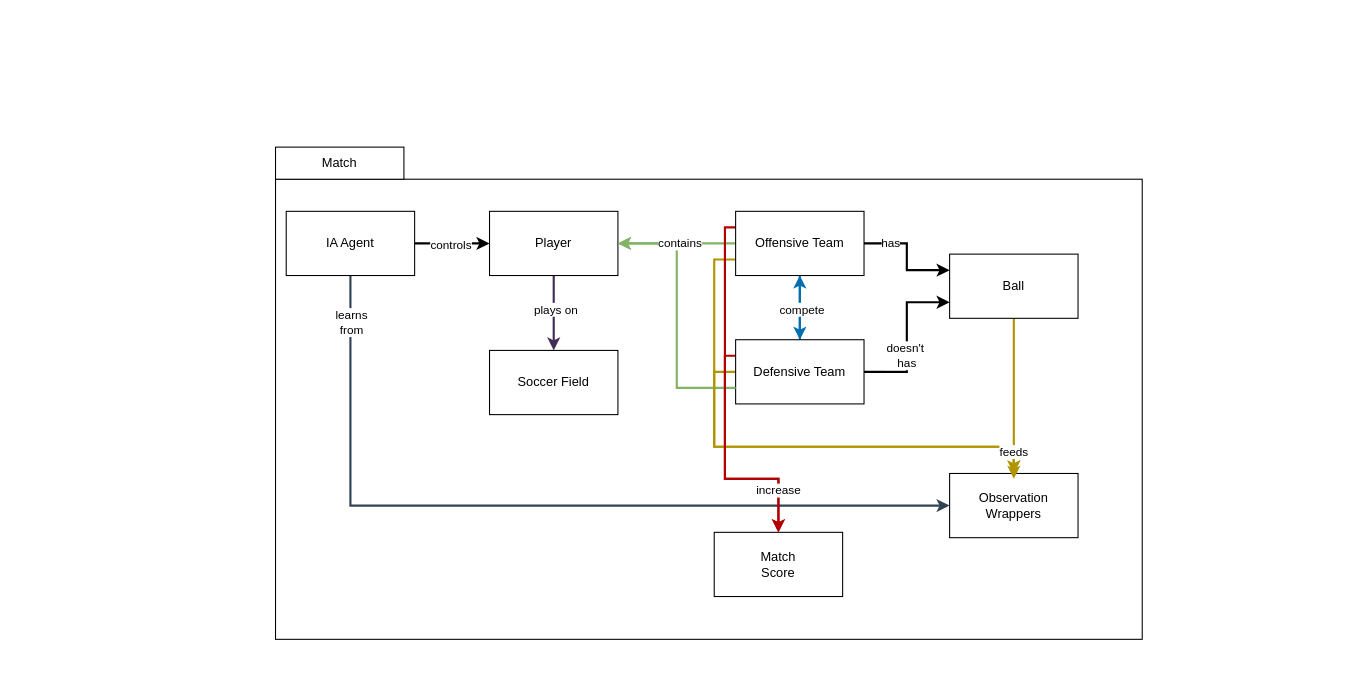
This is workshop1/SystemMapping.drawio from judlozanol/Systems-Analysis, a draw.io file, before an edit. Source tidied: cells renumbered, new cells numbered last; positions are measured from the earlier drawing's top-left corner, leaving out a move shared by most shapes. Both pictures are drawn from the tidied source at 107%, with x=0, y=0 at pixel (275, 147).
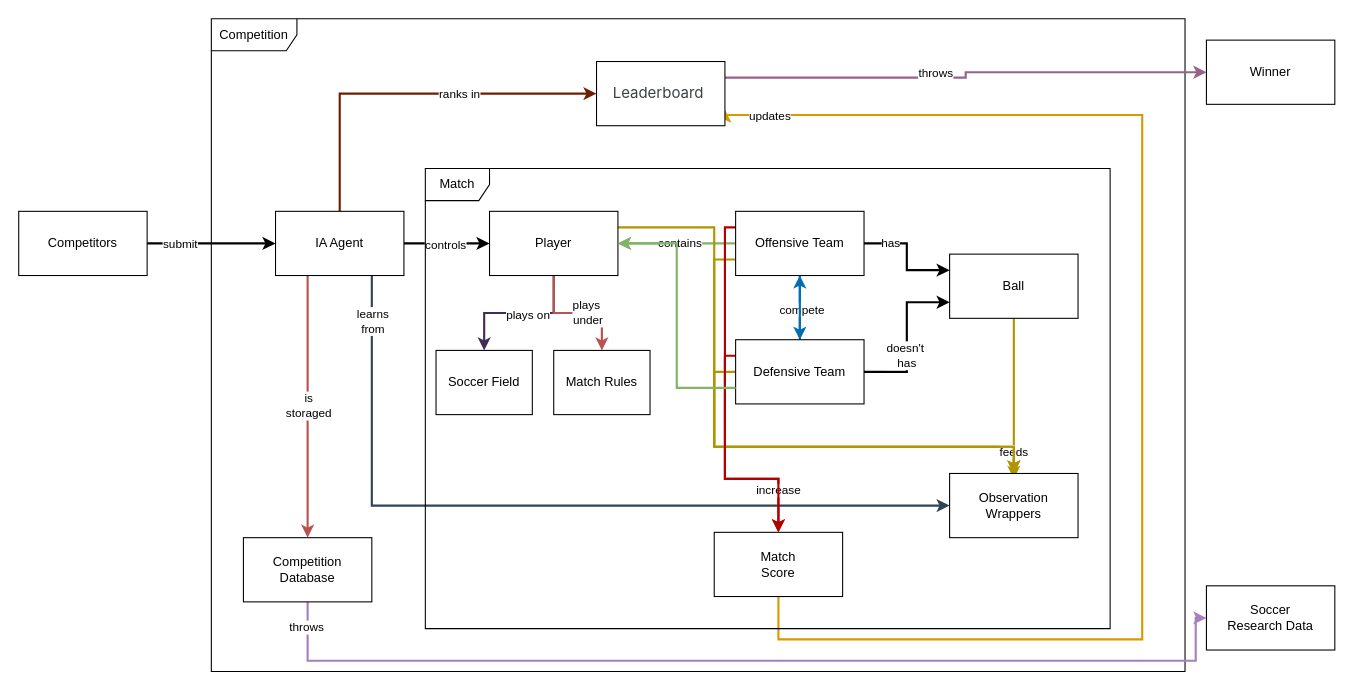
The same diagram, later.

What changed in the source:
```diff
@@
-    <mxCell id="2" style="group;" parent="1" vertex="1">
-      <mxGeometry width="810" height="460" as="geometry" />
-    </mxCell>
-    <mxCell id="3" style="rounded=0;whiteSpace=wrap;html=1;" parent="2" vertex="1">
-      <mxGeometry y="30" width="810" height="430" as="geometry" />
-    </mxCell>
-    <mxCell id="4" value="Match" style="rounded=0;whiteSpace=wrap;html=1;" parent="2" vertex="1">
-      <mxGeometry width="120" height="30" as="geometry" />
-    </mxCell>
-    <mxCell id="5" value="Soccer Field" style="rounded=0;whiteSpace=wrap;html=1;" parent="2" vertex="1">
-      <mxGeometry x="200" y="190" width="120" height="60" as="geometry" />
-    </mxCell>
-    <mxCell id="6" style="edgeStyle=orthogonalEdgeStyle;rounded=0;jettySize=auto;html=1;strokeWidth=2;fillColor=#76608a;strokeColor=#432D57;" parent="2" edge="1" source="8" target="5">
-      <mxGeometry relative="1" as="geometry" />
-    </mxCell>
-    <mxCell id="7" value="plays on" style="edgeLabel;html=1;align=center;verticalAlign=middle;" parent="6" vertex="1">
-      <mxGeometry x="-0.11" y="1" relative="1" as="geometry" />
-    </mxCell>
-    <mxCell id="8" value="Player" style="rounded=0;whiteSpace=wrap;html=1;" parent="2" vertex="1">
-      <mxGeometry x="200" y="60" width="120" height="60" as="geometry" />
-    </mxCell>
-    <mxCell id="9" value="Match&lt;br&gt;Score" style="rounded=0;whiteSpace=wrap;html=1;" parent="2" vertex="1">
-      <mxGeometry x="410" y="360" width="120" height="60" as="geometry" />
-    </mxCell>
-    <mxCell id="10" style="edgeStyle=orthogonalEdgeStyle;rounded=0;jettySize=auto;html=1;exitX=0.5;exitY=0;exitDx=0;exitDy=0;strokeWidth=2;fillColor=#1ba1e2;strokeColor=#006EAF;" parent="2" edge="1" source="13">
-      <mxGeometry relative="1" as="geometry">
-        <mxPoint x="490" y="120" as="targetPoint" />
-      </mxGeometry>
-    </mxCell>
-    <mxCell id="11" style="edgeStyle=orthogonalEdgeStyle;rounded=0;jettySize=auto;html=1;exitX=0;exitY=0.5;exitDx=0;exitDy=0;entryX=0.5;entryY=0;entryDx=0;entryDy=0;strokeWidth=2;fillColor=#e3c800;strokeColor=#B09500;" parent="2" edge="1" source="13" target="15">
-      <mxGeometry relative="1" as="geometry">
-        <Array as="points">
-          <mxPoint x="410" y="210" />
-          <mxPoint x="410" y="280" />
-          <mxPoint x="690" y="280" />
-        </Array>
-      </mxGeometry>
-    </mxCell>
-    <mxCell id="12" style="edgeStyle=orthogonalEdgeStyle;rounded=0;jettySize=auto;html=1;exitX=0;exitY=0.25;exitDx=0;exitDy=0;entryX=0.5;entryY=0;entryDx=0;entryDy=0;strokeWidth=2;fillColor=#e51400;strokeColor=#B20000;" parent="2" edge="1" source="13" target="9">
-      <mxGeometry relative="1" as="geometry">
-        <Array as="points">
-          <mxPoint x="420" y="195" />
-          <mxPoint x="420" y="310" />
-          <mxPoint x="470" y="310" />
-        </Array>
-      </mxGeometry>
-    </mxCell>
-    <mxCell id="13" value="Defensive Team" style="rounded=0;whiteSpace=wrap;html=1;" parent="2" vertex="1">
-      <mxGeometry x="430" y="180" width="120" height="60" as="geometry" />
-    </mxCell>
-    <mxCell id="14" style="edgeStyle=orthogonalEdgeStyle;rounded=0;jettySize=auto;html=1;entryX=1;entryY=0.5;entryDx=0;entryDy=0;fillColor=#d5e8d4;strokeColor=#82b366;strokeWidth=2;exitX=0;exitY=0.75;exitDx=0;exitDy=0;" parent="2" edge="1" source="13" target="8">
-      <mxGeometry relative="1" as="geometry" />
-    </mxCell>
-    <mxCell id="15" value="Observation Wrappers" style="rounded=0;whiteSpace=wrap;html=1;" parent="2" vertex="1">
-      <mxGeometry x="630" y="305" width="120" height="60" as="geometry" />
-    </mxCell>
@@
-    <mxCell id="18" style="edgeStyle=orthogonalEdgeStyle;rounded=0;jettySize=auto;html=1;entryX=0;entryY=0.5;entryDx=0;entryDy=0;strokeWidth=2;fillColor=#647687;strokeColor=#314354;" parent="1" edge="1" source="20" target="15">
+    <mxCell id="18" style="edgeStyle=orthogonalEdgeStyle;rounded=0;jettySize=auto;html=1;entryX=0;entryY=0.5;entryDx=0;entryDy=0;strokeWidth=2;fillColor=#647687;strokeColor=#314354;exitX=0.75;exitY=1;exitDx=0;exitDy=0;" parent="1" edge="1" source="20" target="15">
       <mxGeometry relative="1" as="geometry">
         <Array as="points">
-          <mxPoint x="70" y="335" />
+          <mxPoint x="90" y="335" />
         </Array>
       </mxGeometry>
     </mxCell>
@@
+    <mxCell id="36" style="edgeStyle=orthogonalEdgeStyle;rounded=0;jettySize=auto;html=1;exitX=0.5;exitY=0;exitDx=0;exitDy=0;entryX=0;entryY=0.5;entryDx=0;entryDy=0;strokeWidth=2;fillColor=#a0522d;strokeColor=#6D1F00;" parent="1" edge="1" source="20" target="51">
+      <mxGeometry relative="1" as="geometry" />
+    </mxCell>
+    <mxCell id="37" value="ranks in" style="edgeLabel;html=1;align=center;verticalAlign=middle;" parent="36" vertex="1">
+      <mxGeometry x="0.06" relative="1" as="geometry">
+        <mxPoint x="35" as="offset" />
+      </mxGeometry>
+    </mxCell>
+    <mxCell id="38" style="edgeStyle=orthogonalEdgeStyle;rounded=0;jettySize=auto;html=1;exitX=0.25;exitY=1;exitDx=0;exitDy=0;strokeWidth=2;fillColor=#f8cecc;strokeColor=#b85450;" parent="1" edge="1" source="20" target="56">
+      <mxGeometry relative="1" as="geometry" />
+    </mxCell>
+    <mxCell id="39" value="is&lt;br&gt;storaged" style="edgeLabel;html=1;align=center;verticalAlign=middle;" parent="38" vertex="1">
+      <mxGeometry y="4" relative="1" as="geometry">
+        <mxPoint x="-4" y="-2" as="offset" />
+      </mxGeometry>
+    </mxCell>
     <mxCell id="20" value="IA Agent" style="rounded=0;whiteSpace=wrap;html=1;" parent="1" vertex="1">
-      <mxGeometry x="10" y="60" width="120" height="60" as="geometry" />
+      <mxGeometry y="60" width="120" height="60" as="geometry" />
     </mxCell>
@@
+    <mxCell id="40" style="edgeStyle=orthogonalEdgeStyle;rounded=0;jettySize=auto;html=1;entryX=0;entryY=0.5;entryDx=0;entryDy=0;strokeWidth=2;" parent="1" edge="1" source="42" target="20">
+      <mxGeometry relative="1" as="geometry" />
+    </mxCell>
+    <mxCell id="41" value="submit" style="edgeLabel;html=1;align=center;verticalAlign=middle;" parent="40" vertex="1">
+      <mxGeometry x="-0.25" relative="1" as="geometry">
+        <mxPoint x="-15" as="offset" />
+      </mxGeometry>
+    </mxCell>
+    <mxCell id="42" value="Competitors" style="rounded=0;whiteSpace=wrap;html=1;" parent="1" vertex="1">
+      <mxGeometry x="-240" y="60" width="120" height="60" as="geometry" />
+    </mxCell>
+    <mxCell id="43" value="Competition" style="shape=umlFrame;whiteSpace=wrap;html=1;width=80;height=30;" parent="1" vertex="1">
+      <mxGeometry x="-60" y="-120" width="910" height="610" as="geometry" />
+    </mxCell>
+    <mxCell id="5" value="Soccer Field" style="rounded=0;whiteSpace=wrap;html=1;" parent="1" vertex="1">
+      <mxGeometry x="150" y="190" width="90" height="60" as="geometry" />
+    </mxCell>
+    <mxCell id="6" style="edgeStyle=orthogonalEdgeStyle;rounded=0;jettySize=auto;html=1;strokeWidth=2;fillColor=#76608a;strokeColor=#432D57;" parent="1" edge="1" source="8" target="5">
+      <mxGeometry relative="1" as="geometry" />
+    </mxCell>
+    <mxCell id="7" value="plays on" style="edgeLabel;html=1;align=center;verticalAlign=middle;" parent="6" vertex="1">
+      <mxGeometry x="-0.11" y="1" relative="1" as="geometry" />
+    </mxCell>
+    <mxCell id="44" style="edgeStyle=orthogonalEdgeStyle;rounded=0;jettySize=auto;html=1;exitX=1;exitY=0.25;exitDx=0;exitDy=0;entryX=0.5;entryY=0;entryDx=0;entryDy=0;strokeWidth=2;fillColor=#e3c800;strokeColor=#B09500;" parent="1" edge="1" source="8" target="15">
+      <mxGeometry relative="1" as="geometry">
+        <Array as="points">
+          <mxPoint x="410" y="75" />
+          <mxPoint x="410" y="280" />
+          <mxPoint x="690" y="280" />
+        </Array>
+      </mxGeometry>
+    </mxCell>
+    <mxCell id="45" style="edgeStyle=orthogonalEdgeStyle;rounded=0;jettySize=auto;html=1;entryX=0.5;entryY=0;entryDx=0;entryDy=0;strokeWidth=2;fillColor=#f8cecc;gradientColor=#ea6b66;strokeColor=#b85450;" parent="1" edge="1" source="8" target="52">
+      <mxGeometry relative="1" as="geometry" />
+    </mxCell>
+    <mxCell id="46" value="plays&amp;nbsp;&lt;br&gt;under" style="edgeLabel;html=1;align=center;verticalAlign=middle;" parent="45" vertex="1">
+      <mxGeometry x="-0.03" y="1" relative="1" as="geometry">
+        <mxPoint x="10" as="offset" />
+      </mxGeometry>
+    </mxCell>
+    <mxCell id="8" value="Player" style="rounded=0;whiteSpace=wrap;html=1;" parent="1" vertex="1">
+      <mxGeometry x="200" y="60" width="120" height="60" as="geometry" />
+    </mxCell>
+    <mxCell id="47" style="edgeStyle=orthogonalEdgeStyle;rounded=0;jettySize=auto;html=1;entryX=1;entryY=0.75;entryDx=0;entryDy=0;strokeWidth=2;fillColor=#ffcd28;gradientColor=#ffa500;strokeColor=#d79b00;" parent="1" edge="1" source="9" target="51">
+      <mxGeometry relative="1" as="geometry">
+        <Array as="points">
+          <mxPoint x="470" y="460" />
+          <mxPoint x="810" y="460" />
+          <mxPoint x="810" y="-30" />
+          <mxPoint x="420" y="-30" />
+        </Array>
+      </mxGeometry>
+    </mxCell>
+    <mxCell id="48" value="updates" style="edgeLabel;html=1;align=center;verticalAlign=middle;" parent="47" vertex="1">
+      <mxGeometry x="0.9" y="3" relative="1" as="geometry">
+        <mxPoint x="-17" y="-3" as="offset" />
+      </mxGeometry>
+    </mxCell>
+    <mxCell id="9" value="Match&lt;br&gt;Score" style="rounded=0;whiteSpace=wrap;html=1;" parent="1" vertex="1">
+      <mxGeometry x="410" y="360" width="120" height="60" as="geometry" />
+    </mxCell>
+    <mxCell id="10" style="edgeStyle=orthogonalEdgeStyle;rounded=0;jettySize=auto;html=1;exitX=0.5;exitY=0;exitDx=0;exitDy=0;strokeWidth=2;fillColor=#1ba1e2;strokeColor=#006EAF;" parent="1" edge="1" source="13">
+      <mxGeometry relative="1" as="geometry">
+        <mxPoint x="490" y="120" as="targetPoint" />
+      </mxGeometry>
+    </mxCell>
+    <mxCell id="11" style="edgeStyle=orthogonalEdgeStyle;rounded=0;jettySize=auto;html=1;exitX=0;exitY=0.5;exitDx=0;exitDy=0;entryX=0.5;entryY=0;entryDx=0;entryDy=0;strokeWidth=2;fillColor=#e3c800;strokeColor=#B09500;" parent="1" edge="1" source="13" target="15">
+      <mxGeometry relative="1" as="geometry">
+        <Array as="points">
+          <mxPoint x="410" y="210" />
+          <mxPoint x="410" y="280" />
+          <mxPoint x="690" y="280" />
+        </Array>
+      </mxGeometry>
+    </mxCell>
+    <mxCell id="12" style="edgeStyle=orthogonalEdgeStyle;rounded=0;jettySize=auto;html=1;exitX=0;exitY=0.25;exitDx=0;exitDy=0;entryX=0.5;entryY=0;entryDx=0;entryDy=0;strokeWidth=2;fillColor=#e51400;strokeColor=#B20000;" parent="1" edge="1" source="13" target="9">
+      <mxGeometry relative="1" as="geometry">
+        <Array as="points">
+          <mxPoint x="420" y="195" />
+          <mxPoint x="420" y="310" />
+          <mxPoint x="470" y="310" />
+        </Array>
+      </mxGeometry>
+    </mxCell>
+    <mxCell id="13" value="Defensive Team" style="rounded=0;whiteSpace=wrap;html=1;" parent="1" vertex="1">
+      <mxGeometry x="430" y="180" width="120" height="60" as="geometry" />
+    </mxCell>
+    <mxCell id="14" style="edgeStyle=orthogonalEdgeStyle;rounded=0;jettySize=auto;html=1;entryX=1;entryY=0.5;entryDx=0;entryDy=0;fillColor=#d5e8d4;strokeColor=#82b366;strokeWidth=2;exitX=0;exitY=0.75;exitDx=0;exitDy=0;" parent="1" edge="1" source="13" target="8">
+      <mxGeometry relative="1" as="geometry" />
+    </mxCell>
+    <mxCell id="15" value="Observation Wrappers" style="rounded=0;whiteSpace=wrap;html=1;" parent="1" vertex="1">
+      <mxGeometry x="630" y="305" width="120" height="60" as="geometry" />
+    </mxCell>
+    <mxCell id="4" value="Match" style="shape=umlFrame;whiteSpace=wrap;html=1;" parent="1" vertex="1">
+      <mxGeometry x="140" y="20" width="640" height="430" as="geometry" />
+    </mxCell>
+    <mxCell id="49" style="edgeStyle=orthogonalEdgeStyle;rounded=0;jettySize=auto;html=1;exitX=1;exitY=0.25;exitDx=0;exitDy=0;fillColor=#e6d0de;gradientColor=#d5739d;strokeColor=#996185;strokeWidth=2;" parent="1" edge="1" source="51" target="53">
+      <mxGeometry relative="1" as="geometry" />
+    </mxCell>
+    <mxCell id="50" value="throws" style="edgeLabel;html=1;align=center;verticalAlign=middle;" parent="49" vertex="1">
+      <mxGeometry x="0.67" relative="1" as="geometry">
+        <mxPoint x="-179" as="offset" />
+      </mxGeometry>
+    </mxCell>
+    <mxCell id="51" value="&lt;span style=&quot;color: rgb(60, 64, 67); font-family: Inter, sans-serif; font-size: 14px; text-align: start; background-color: rgb(255, 255, 255);&quot;&gt;Leaderboard&amp;nbsp;&lt;/span&gt;" style="rounded=0;whiteSpace=wrap;html=1;" parent="1" vertex="1">
+      <mxGeometry x="300" y="-80" width="120" height="60" as="geometry" />
+    </mxCell>
+    <mxCell id="52" value="Match Rules" style="rounded=0;whiteSpace=wrap;html=1;" parent="1" vertex="1">
+      <mxGeometry x="260" y="190" width="90" height="60" as="geometry" />
+    </mxCell>
+    <mxCell id="53" value="Winner" style="rounded=0;whiteSpace=wrap;html=1;" parent="1" vertex="1">
+      <mxGeometry x="870" y="-100" width="120" height="60" as="geometry" />
+    </mxCell>
+    <mxCell id="54" style="edgeStyle=orthogonalEdgeStyle;rounded=0;jettySize=auto;html=1;exitX=0.5;exitY=1;exitDx=0;exitDy=0;entryX=0;entryY=0.5;entryDx=0;entryDy=0;strokeWidth=2;strokeColor=#A680B8;" parent="1" edge="1" source="56" target="57">
+      <mxGeometry relative="1" as="geometry">
+        <Array as="points">
+          <mxPoint x="30" y="480" />
+          <mxPoint x="860" y="480" />
+          <mxPoint x="860" y="440" />
+        </Array>
+      </mxGeometry>
+    </mxCell>
+    <mxCell id="55" value="throws" style="edgeLabel;html=1;align=center;verticalAlign=middle;" parent="54" vertex="1">
+      <mxGeometry x="-0.95" y="-2" relative="1" as="geometry" />
+    </mxCell>
+    <mxCell id="56" value="Competition Database" style="rounded=0;whiteSpace=wrap;html=1;" parent="1" vertex="1">
+      <mxGeometry x="-30" y="365" width="120" height="60" as="geometry" />
+    </mxCell>
+    <mxCell id="57" value="Soccer&lt;br&gt;Research Data" style="rounded=0;whiteSpace=wrap;html=1;" parent="1" vertex="1">
+      <mxGeometry x="870" y="410" width="120" height="60" as="geometry" />
+    </mxCell>
```
